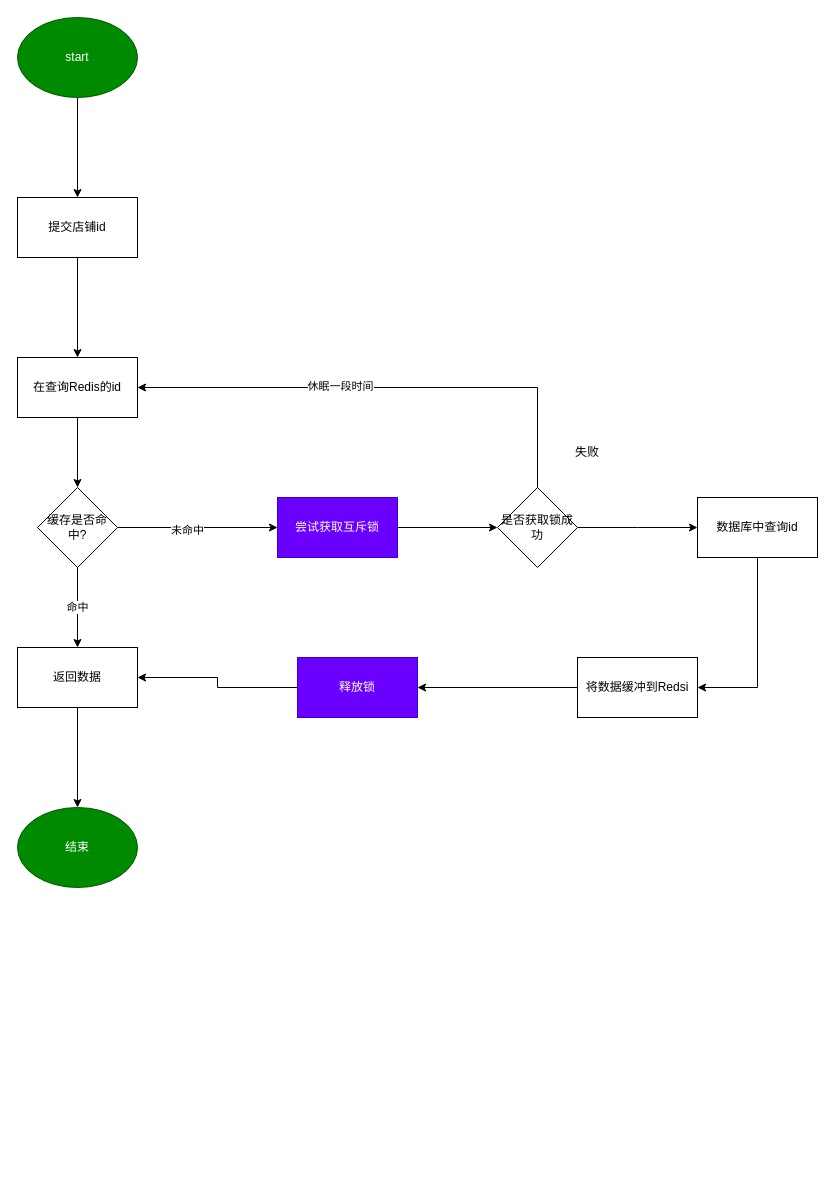
Earlier version of the draw.io diagram 互斥缓存.drawio (yzhsuisuis/Hand-drawn-maps). Source tidied: cells renumbered, new cells numbered last; positions are measured from the earlier drawing's top-left corner, leaving out a move shared by most shapes. Both pictures are drawn from the tidied source at 100%, with x=0, y=0 at pixel (17, 17).
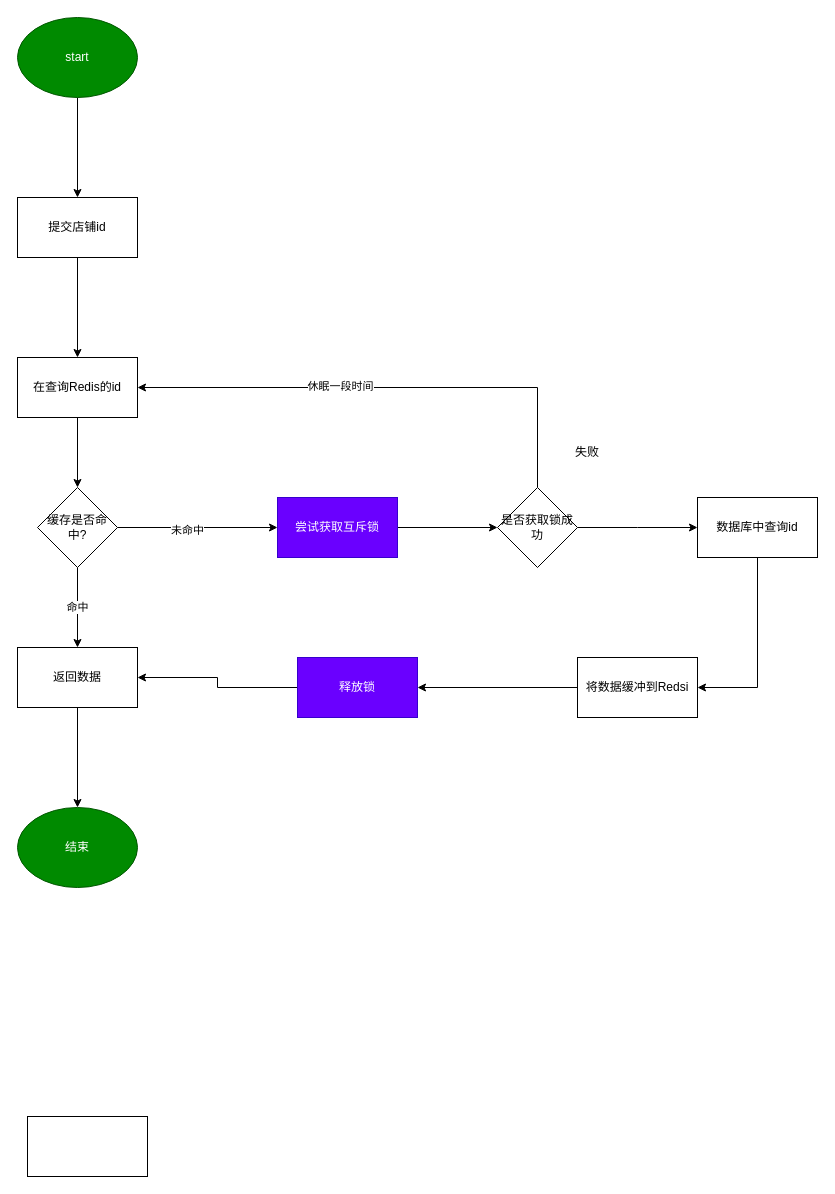
The same page after the edit.

Commit message (it also covers changes not shown here):
更新互斥缓存.drawio

What changed in the source:
```diff
@@
+    <mxCell id="28" style="whiteSpace=wrap;html=1;" parent="1" vertex="1">
+      <mxGeometry x="10" y="1099" width="120" height="60" as="geometry" />
+    </mxCell>
```
